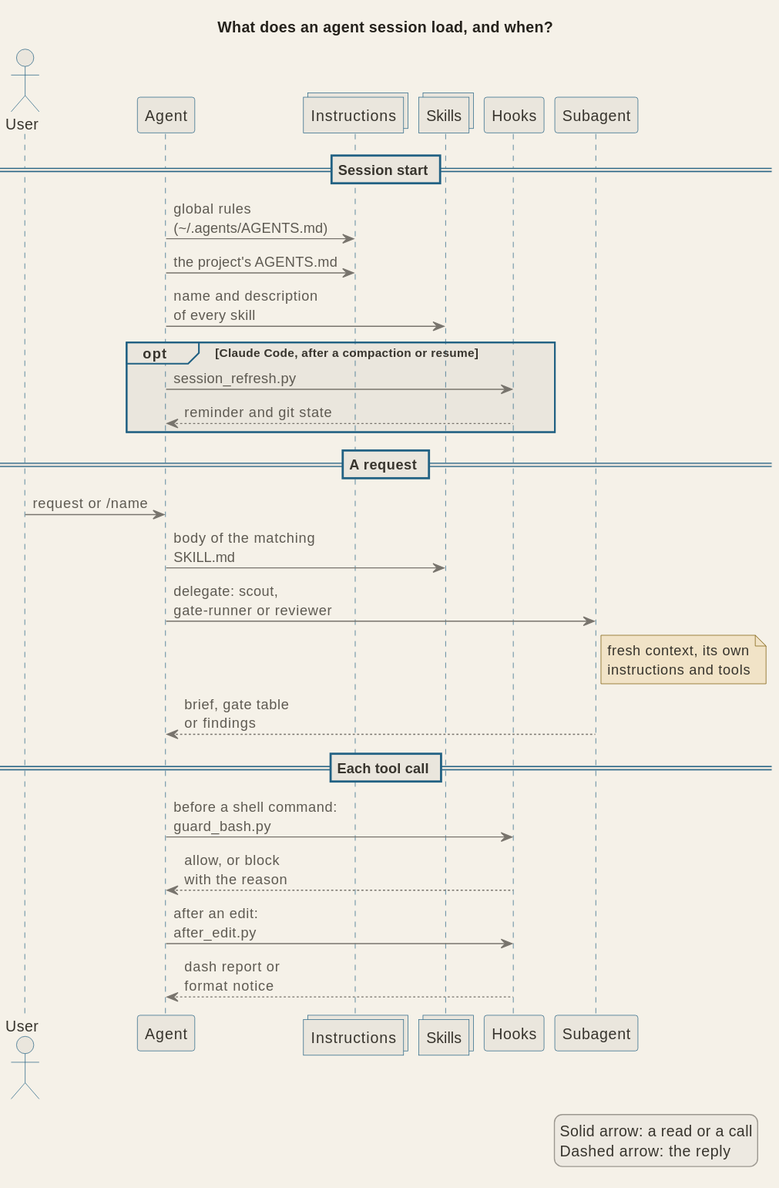
Before: docs/diagrams/arch_session.svg, a diagram exported from PlantUML (signorenne/dotagents).
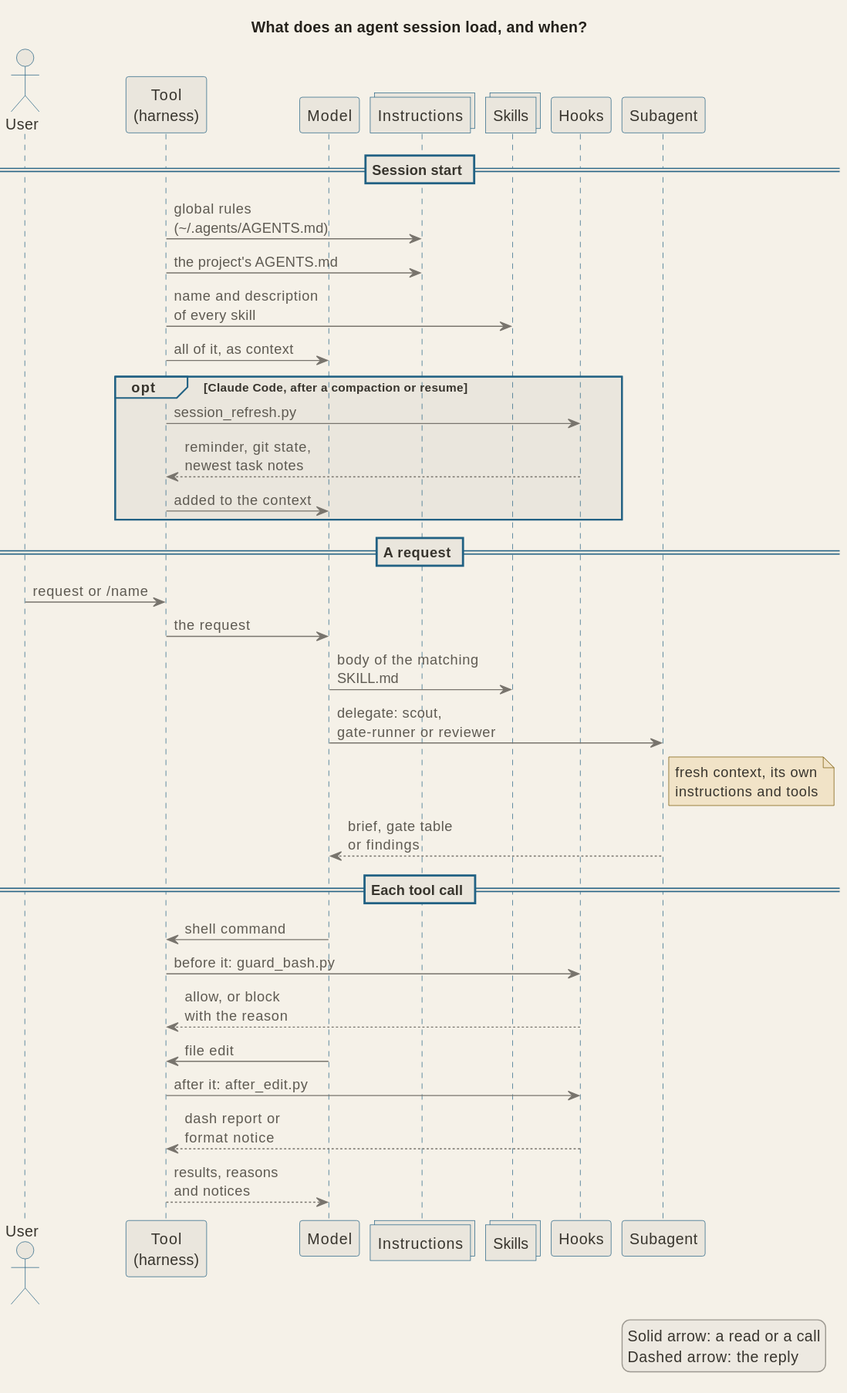
Later version of the same file.

Change to the diagram source:
```diff
@@ -3,33 +3,40 @@
 title What does an agent session load, and when?
 
 actor User as user
-participant "Agent" as agent
+participant "Tool\n(harness)" as tool
+participant "Model" as model
 collections "Instructions" as rules
 collections "Skills" as skills
 participant "Hooks" as hooks
 participant "Subagent" as sub
 
 == Session start ==
-agent -> rules : global rules\n(&#126;/.agents/AGENTS.md)
-agent -> rules : the project's AGENTS.md
-agent -> skills : name and description\nof every skill
+tool -> rules : global rules\n(&#126;/.agents/AGENTS.md)
+tool -> rules : the project's AGENTS.md
+tool -> skills : name and description\nof every skill
+tool -> model : all of it, as context
 opt Claude Code, after a compaction or resume
-  agent -> hooks : session_refresh.py
-  hooks --> agent : reminder and git state
+  tool -> hooks : session_refresh.py
+  hooks --> tool : reminder, git state,\nnewest task notes
+  tool -> model : added to the context
 end
 
 == A request ==
-user -> agent : request or /name
-agent -> skills : body of the matching\nSKILL.md
-agent -> sub : delegate: scout,\ngate-runner or reviewer
+user -> tool : request or /name
+tool -> model : the request
+model -> skills : body of the matching\nSKILL.md
+model -> sub : delegate: scout,\ngate-runner or reviewer
 note right of sub : fresh context, its own\ninstructions and tools
-sub --> agent : brief, gate table\nor findings
+sub --> model : brief, gate table\nor findings
 
 == Each tool call ==
-agent -> hooks : before a shell command:\nguard_bash.py
-hooks --> agent : allow, or block\nwith the reason
-agent -> hooks : after an edit:\nafter_edit.py
-hooks --> agent : dash report or\nformat notice
+model -> tool : shell command
+tool -> hooks : before it: guard_bash.py
+hooks --> tool : allow, or block\nwith the reason
+model -> tool : file edit
+tool -> hooks : after it: after_edit.py
+hooks --> tool : dash report or\nformat notice
+tool --> model : results, reasons\nand notices
 
 legend right
   Solid arrow: a read or a call
```
